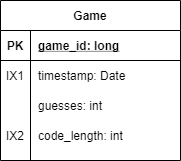
The draw.io diagram docs/img/erd.png in AugmenTab/codebreaker-android, before a commit. Source tidied: cells renumbered, new cells last; positions are measured from the earlier drawing's top-left corner, leaving out a move shared by most shapes. Its diagram source:
```xml
<mxGraphModel>
  <root>
    <mxCell id="0" />
    <mxCell id="1" parent="0" />
    <mxCell id="2" value="Game" style="shape=table;startSize=30;rowLines=0;fontStyle=1;align=center;" parent="1" vertex="1">
      <mxGeometry width="180" height="160" as="geometry" />
    </mxCell>
    <mxCell id="3" style="shape=partialRectangle;fillColor=none;top=0;left=0;bottom=1;right=0;" parent="2" vertex="1">
      <mxGeometry y="30" width="180" height="30" as="geometry" />
    </mxCell>
    <mxCell id="4" value="PK" style="shape=partialRectangle;fillColor=none;top=0;left=0;bottom=0;right=0;fontStyle=1;overflow=hidden;" parent="3" vertex="1">
      <mxGeometry width="30" height="30" as="geometry" />
    </mxCell>
    <mxCell id="5" value="game_id: long" style="shape=partialRectangle;fillColor=none;top=0;left=0;bottom=0;right=0;align=left;spacingLeft=6;fontStyle=5;overflow=hidden;" parent="3" vertex="1">
      <mxGeometry x="30" width="150" height="30" as="geometry" />
    </mxCell>
    <mxCell id="6" style="shape=partialRectangle;fillColor=none;top=0;left=0;bottom=0;right=0;" parent="2" vertex="1">
      <mxGeometry y="60" width="180" height="30" as="geometry" />
    </mxCell>
    <mxCell id="7" value="IX1" style="shape=partialRectangle;fillColor=none;top=0;left=0;bottom=0;right=0;overflow=hidden;" parent="6" vertex="1">
      <mxGeometry width="30" height="30" as="geometry" />
    </mxCell>
    <mxCell id="8" value="timestamp: Date" style="shape=partialRectangle;fillColor=none;top=0;left=0;bottom=0;right=0;align=left;spacingLeft=6;overflow=hidden;" parent="6" vertex="1">
      <mxGeometry x="30" width="150" height="30" as="geometry" />
    </mxCell>
    <mxCell id="9" style="shape=partialRectangle;fillColor=none;top=0;left=0;bottom=0;right=0;" parent="2" vertex="1">
      <mxGeometry y="90" width="180" height="30" as="geometry" />
    </mxCell>
    <mxCell id="10" style="shape=partialRectangle;fillColor=none;top=0;left=0;bottom=0;right=0;overflow=hidden;" parent="9" vertex="1">
      <mxGeometry width="30" height="30" as="geometry" />
    </mxCell>
    <mxCell id="11" value="guesses: int" style="shape=partialRectangle;fillColor=none;top=0;left=0;bottom=0;right=0;align=left;spacingLeft=6;overflow=hidden;" parent="9" vertex="1">
      <mxGeometry x="30" width="150" height="30" as="geometry" />
    </mxCell>
    <mxCell id="12" style="shape=partialRectangle;fillColor=none;top=0;left=0;bottom=0;right=0;" parent="2" vertex="1">
      <mxGeometry y="120" width="180" height="30" as="geometry" />
    </mxCell>
    <mxCell id="13" value="IX2" style="shape=partialRectangle;fillColor=none;top=0;left=0;bottom=0;right=0;overflow=hidden;" parent="12" vertex="1">
      <mxGeometry width="30" height="30" as="geometry" />
    </mxCell>
    <mxCell id="14" value="code_length: int" style="shape=partialRectangle;fillColor=none;top=0;left=0;bottom=0;right=0;align=left;spacingLeft=6;overflow=hidden;" parent="12" vertex="1">
      <mxGeometry x="30" width="150" height="30" as="geometry" />
    </mxCell>
  </root>
</mxGraphModel>
```
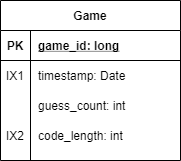
The same file after the commit.

Commit message:
Changed attribute name in ERD.

Change to the diagram source:
```diff
@@ -29,7 +29,7 @@
     <mxCell id="10" style="shape=partialRectangle;fillColor=none;top=0;left=0;bottom=0;right=0;overflow=hidden;" parent="9" vertex="1">
       <mxGeometry width="30" height="30" as="geometry" />
     </mxCell>
-    <mxCell id="11" value="guesses: int" style="shape=partialRectangle;fillColor=none;top=0;left=0;bottom=0;right=0;align=left;spacingLeft=6;overflow=hidden;" parent="9" vertex="1">
+    <mxCell id="11" value="guess_count: int" style="shape=partialRectangle;fillColor=none;top=0;left=0;bottom=0;right=0;align=left;spacingLeft=6;overflow=hidden;" parent="9" vertex="1">
       <mxGeometry x="30" width="150" height="30" as="geometry" />
     </mxCell>
     <mxCell id="12" style="shape=partialRectangle;fillColor=none;top=0;left=0;bottom=0;right=0;" parent="2" vertex="1">
```
